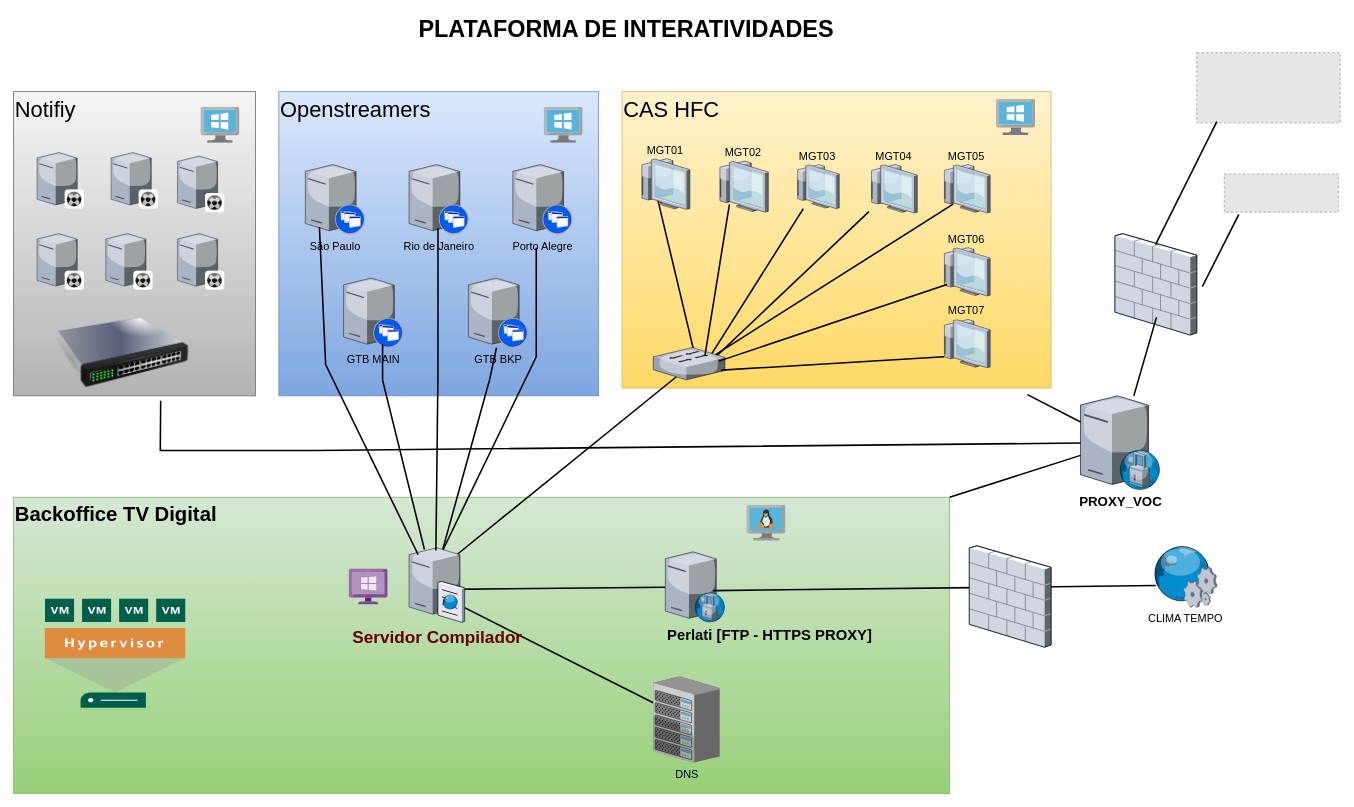
Earlier version of the draw.io diagram Diagrama_ Interatividades.drawio (eloyx3x/Diagramas). Source tidied: cells renumbered, new cells numbered last; positions are measured from the earlier drawing's top-left corner, leaving out a move shared by most shapes. Both pictures are drawn from the tidied source at 78%, with x=0, y=0 at pixel (13, 13). Pictures stored in the file or linked from it are replaced by grey dashed boxes.
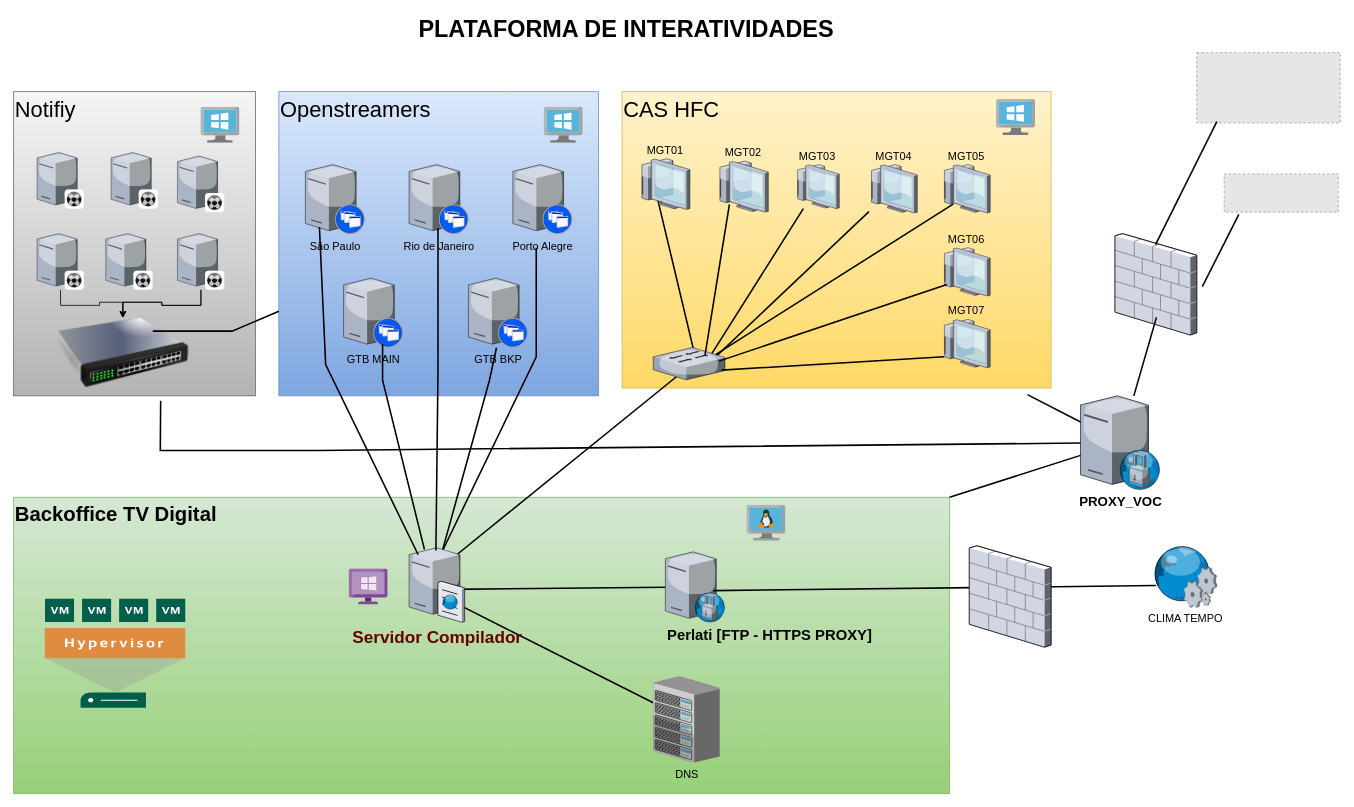
The same page after the edit.

The change refers to these unchanged cells:
```xml
<mxCell id="4" value="&lt;font style=&quot;font-size: 28px;&quot;&gt;Openstreamers&lt;/font&gt;" style="whiteSpace=wrap;html=1;fontSize=14;strokeColor=#6c8ebf;verticalAlign=top;labelBackgroundColor=none;fillColor=#dae8fc;gradientColor=#7ea6e0;align=left;" parent="1" vertex="1">
  <mxGeometry x="340" y="100" width="410" height="390" as="geometry" />
</mxCell>
<mxCell id="40" style="verticalLabelPosition=bottom;html=1;verticalAlign=top;strokeColor=none;shape=mxgraph.citrix.xenclient_synchronizer;gradientDirection=south;fontSize=14;labelBackgroundColor=none;" parent="1" vertex="1">
  <mxGeometry x="30" y="282" width="60.1" height="72" as="geometry" />
</mxCell>
<mxCell id="42" style="verticalLabelPosition=bottom;html=1;verticalAlign=top;strokeColor=none;shape=mxgraph.citrix.xenclient_synchronizer;gradientDirection=south;fontSize=14;labelBackgroundColor=none;" parent="1" vertex="1">
  <mxGeometry x="210" y="282" width="60.1" height="72" as="geometry" />
</mxCell>
<mxCell id="47" style="image;html=1;image=img/lib/clip_art/networking/Switch_128x128.png;" parent="1" vertex="1">
  <mxGeometry x="20" y="390" width="240" height="90" as="geometry" />
</mxCell>
```

Change to the diagram source:
```diff
@@
+    <mxCell id="64" style="edgeStyle=orthogonalEdgeStyle;rounded=0;jettySize=auto;html=1;" parent="1" edge="1" source="40" target="47">
+      <mxGeometry relative="1" as="geometry" />
+    </mxCell>
@@
+    <mxCell id="65" style="edgeStyle=orthogonalEdgeStyle;rounded=0;jettySize=auto;html=1;" parent="1" edge="1" source="42" target="47">
+      <mxGeometry relative="1" as="geometry" />
+    </mxCell>
+    <mxCell id="66" style="edgeStyle=orthogonalEdgeStyle;rounded=0;jettySize=auto;html=1;" parent="1" edge="1" source="42" target="47">
+      <mxGeometry relative="1" as="geometry" />
+    </mxCell>
@@
+    <mxCell id="67" style="edgeStyle=none;rounded=0;html=1;startSize=10;endSize=10;jettySize=auto;fontSize=14;endArrow=none;endFill=0;strokeWidth=2;exitX=0.95;exitY=0.7;exitDx=0;exitDy=0;exitPerimeter=0;labelBackgroundColor=none;fontColor=default;" parent="1" edge="1" target="4">
+      <mxGeometry relative="1" as="geometry">
+        <mxPoint x="178.3" y="407" as="sourcePoint" />
+        <Array as="points">
+          <mxPoint x="280" y="407" />
+        </Array>
+      </mxGeometry>
+    </mxCell>
```
